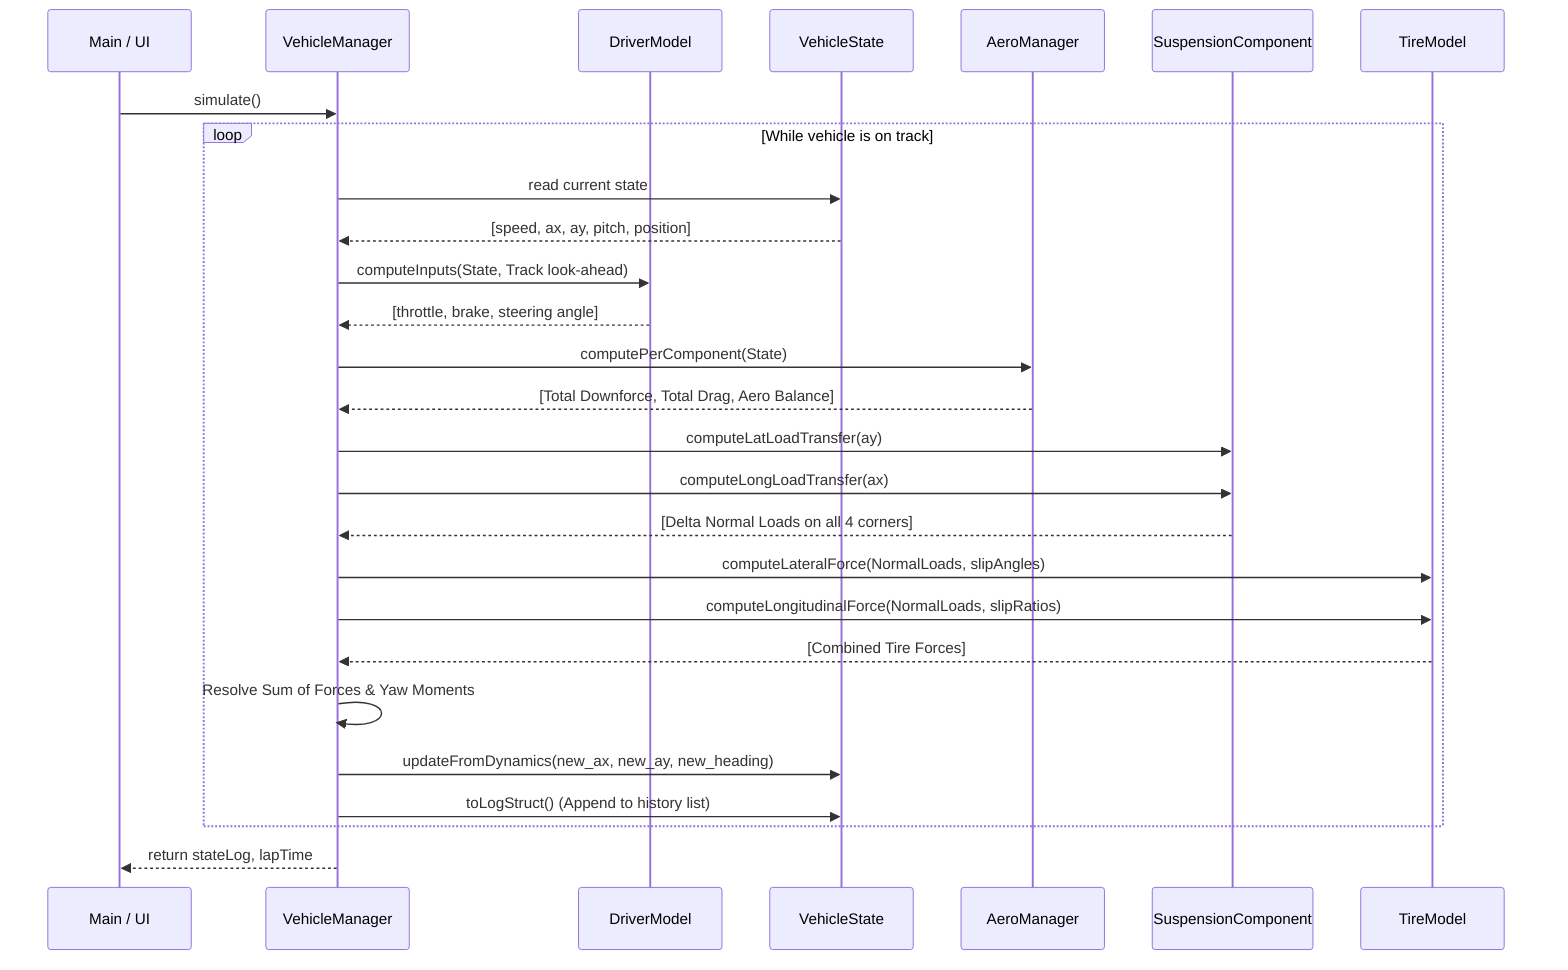
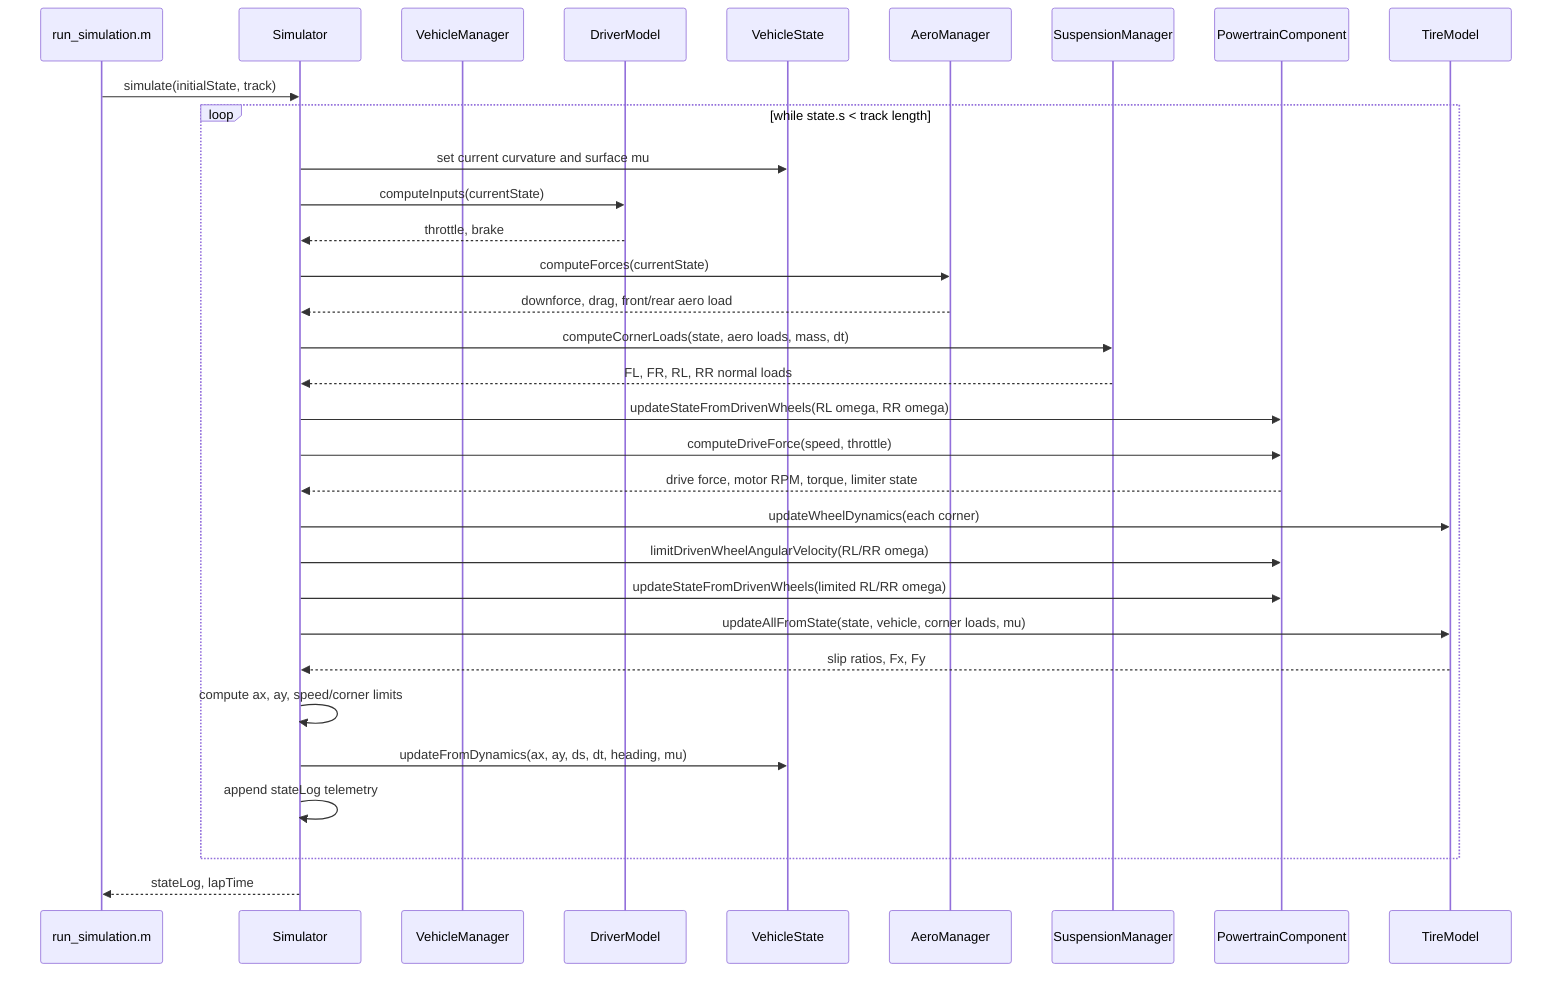
sequenceDiagram
-     participant App as Main / UI
+     participant App as run_simulation.m
+     participant Sim as Simulator
    participant VM as VehicleManager
    participant DM as DriverModel
    participant State as VehicleState
    participant Aero as AeroManager
-     participant Susp as SuspensionComponent
+     participant Susp as SuspensionManager
+     participant PT as PowertrainComponent
    participant Tire as TireModel

-     App->>VM: simulate()
+     App->>Sim: simulate(initialState, track)

-     loop While vehicle is on track
-         VM->>State: read current state
-         State-->>VM: [speed, ax, ay, pitch, position]
+     loop while state.s < track length
+         Sim->>State: set current curvature and surface mu
+         Sim->>DM: computeInputs(currentState)
+         DM-->>Sim: throttle, brake

-         VM->>DM: computeInputs(State, Track look-ahead)
-         DM-->>VM: [throttle, brake, steering angle]
+         Sim->>Aero: computeForces(currentState)
+         Aero-->>Sim: downforce, drag, front/rear aero load

-         VM->>Aero: computePerComponent(State)
-         Aero-->>VM: [Total Downforce, Total Drag, Aero Balance]
+         Sim->>Susp: computeCornerLoads(state, aero loads, mass, dt)
+         Susp-->>Sim: FL, FR, RL, RR normal loads

-         VM->>Susp: computeLatLoadTransfer(ay)
-         VM->>Susp: computeLongLoadTransfer(ax)
-         Susp-->>VM: [Delta Normal Loads on all 4 corners]
+         Sim->>PT: updateStateFromDrivenWheels(RL omega, RR omega)
+         Sim->>PT: computeDriveForce(speed, throttle)
+         PT-->>Sim: drive force, motor RPM, torque, limiter state

-         VM->>Tire: computeLateralForce(NormalLoads, slipAngles)
-         VM->>Tire: computeLongitudinalForce(NormalLoads, slipRatios)
-         Tire-->>VM: [Combined Tire Forces]
+         Sim->>Tire: updateWheelDynamics(each corner)
+         Sim->>PT: limitDrivenWheelAngularVelocity(RL/RR omega)
+         Sim->>PT: updateStateFromDrivenWheels(limited RL/RR omega)
+         Sim->>Tire: updateAllFromState(state, vehicle, corner loads, mu)
+         Tire-->>Sim: slip ratios, Fx, Fy

-         VM->>VM: Resolve Sum of Forces & Yaw Moments
- 
-         VM->>State: updateFromDynamics(new_ax, new_ay, new_heading)
-         VM->>State: toLogStruct() (Append to history list)
+         Sim->>Sim: compute ax, ay, speed/corner limits
+         Sim->>State: updateFromDynamics(ax, ay, ds, dt, heading, mu)
+         Sim->>Sim: append stateLog telemetry
    end

-     VM-->>App: return stateLog, lapTime+     Sim-->>App: stateLog, lapTime
